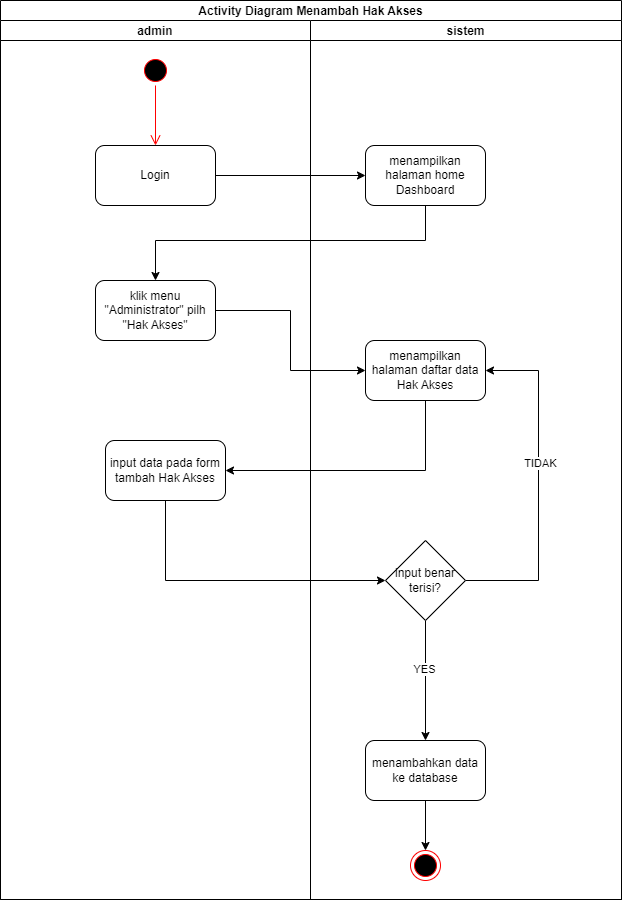
The draw.io diagram SKRIPSI/UML/2. ACTIVITY/ROLE ACCSESS/ADD.png in Rusadi-0/KULIAH, before a commit. Source tidied: cells renumbered, new cells last; positions are measured from the earlier drawing's top-left corner, leaving out a move shared by most shapes.
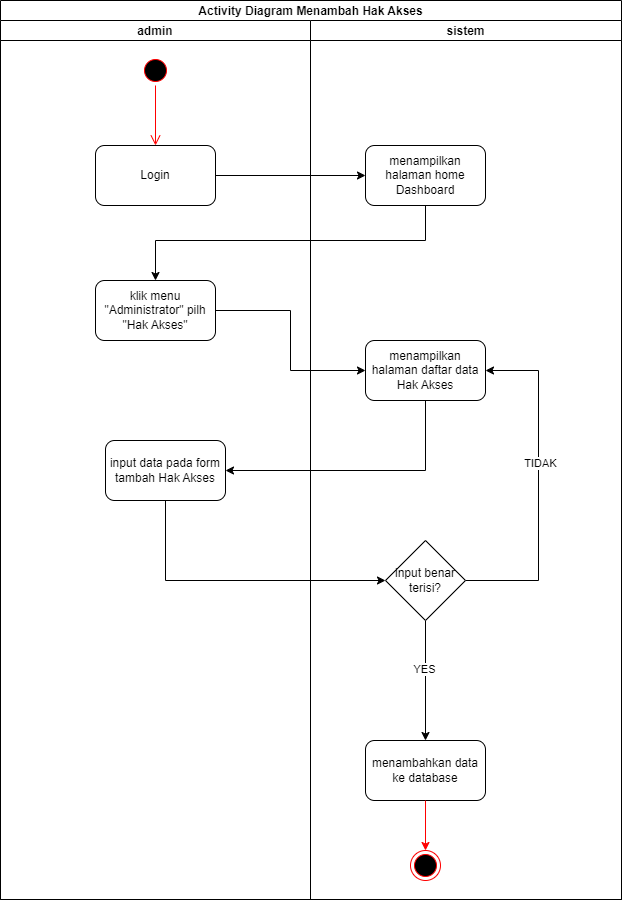
Above is the later version.

What changed in the source:
```diff
@@ -86,7 +86,7 @@
     <mxCell id="23" style="ellipse;html=1;shape=endState;fillColor=#000000;strokeColor=#ff0000;" parent="1" vertex="1">
       <mxGeometry x="410" y="850" width="30" height="30" as="geometry" />
     </mxCell>
-    <mxCell id="24" style="edgeStyle=orthogonalEdgeStyle;rounded=0;jettySize=auto;html=1;" parent="1" edge="1" source="17" target="23">
+    <mxCell id="24" style="edgeStyle=orthogonalEdgeStyle;rounded=0;jettySize=auto;html=1;strokeColor=#FF0000;" parent="1" edge="1" source="17" target="23">
       <mxGeometry relative="1" as="geometry" />
     </mxCell>
   </root>
```
